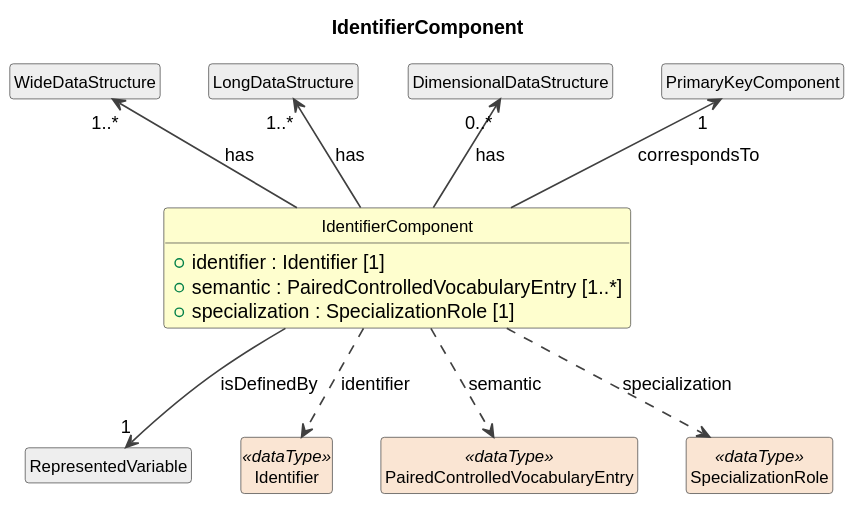
Before: build/plantuml/cdifDataStructure/Classes/IdentifierComponent.svg, a diagram exported from PlantUML (Cross-Domain-Interoperability-Framework/metadataBuildingBlocks). Its diagram source:
```plantuml
@startuml
title IdentifierComponent
hide circle
hide empty members
skinparam shadowing false
skinparam ArrowThickness 1.2
skinparam class {
  ArrowColor #404040
  BorderColor #404040
  FontSize 12
}

class "IdentifierComponent" as IdentifierComponent #FEFECE {
  +identifier : Identifier [1]
  +semantic : PairedControlledVocabularyEntry [1..*]
  +specialization : SpecializationRole [1]
}
class "WideDataStructure" as WideDataStructure #EEEEEE
WideDataStructure "1..*" <-- IdentifierComponent : has
class "LongDataStructure" as LongDataStructure #EEEEEE
LongDataStructure "1..*" <-- IdentifierComponent : has
class "DimensionalDataStructure" as DimensionalDataStructure #EEEEEE
DimensionalDataStructure "0..*" <-- IdentifierComponent : has
class "RepresentedVariable" as RepresentedVariable #EEEEEE
IdentifierComponent --> "1" RepresentedVariable : isDefinedBy
class "PrimaryKeyComponent" as PrimaryKeyComponent #EEEEEE
PrimaryKeyComponent "1" <-- IdentifierComponent : correspondsTo
class "Identifier" as Identifier <<dataType>> #FAE5D3
IdentifierComponent ..> Identifier : identifier
class "PairedControlledVocabularyEntry" as PairedControlledVocabularyEntry <<dataType>> #FAE5D3
IdentifierComponent ..> PairedControlledVocabularyEntry : semantic
class "SpecializationRole" as SpecializationRole <<dataType>> #FAE5D3
IdentifierComponent ..> SpecializationRole : specialization
@enduml
```
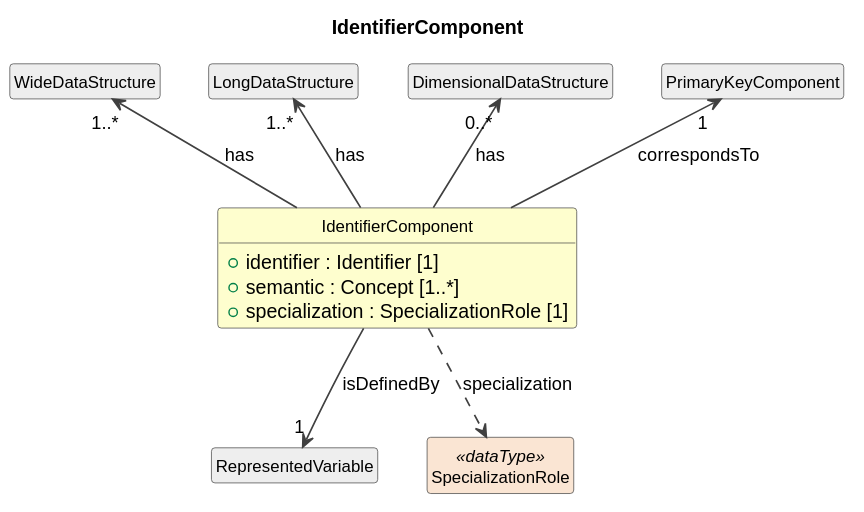
Later version of the same file.

Change to the diagram source:
```diff
@@ -12,7 +12,7 @@
 
 class "IdentifierComponent" as IdentifierComponent #FEFECE {
   +identifier : Identifier [1]
-  +semantic : PairedControlledVocabularyEntry [1..*]
+  +semantic : Concept [1..*]
   +specialization : SpecializationRole [1]
 }
 class "WideDataStructure" as WideDataStructure #EEEEEE
@@ -25,10 +25,6 @@
 IdentifierComponent --> "1" RepresentedVariable : isDefinedBy
 class "PrimaryKeyComponent" as PrimaryKeyComponent #EEEEEE
 PrimaryKeyComponent "1" <-- IdentifierComponent : correspondsTo
-class "Identifier" as Identifier <<dataType>> #FAE5D3
-IdentifierComponent ..> Identifier : identifier
-class "PairedControlledVocabularyEntry" as PairedControlledVocabularyEntry <<dataType>> #FAE5D3
-IdentifierComponent ..> PairedControlledVocabularyEntry : semantic
 class "SpecializationRole" as SpecializationRole <<dataType>> #FAE5D3
 IdentifierComponent ..> SpecializationRole : specialization
 @enduml
```
